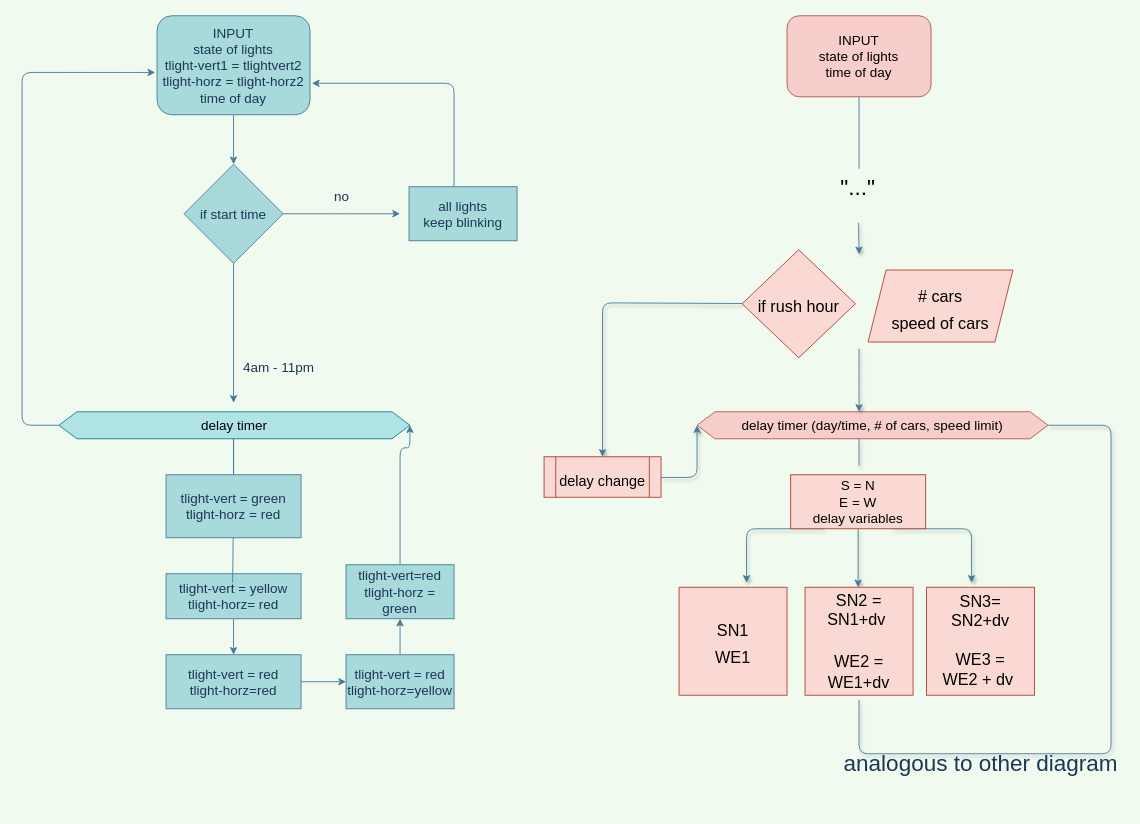
The draw.io diagram challenge2.drawio in Eikaron/FE21-Algorithms-DAY1-AronMichael, before the edit. Source tidied: cells renumbered, new cells numbered last; positions are measured from the earlier drawing's top-left corner, leaving out a move shared by most shapes. Both pictures are drawn from the tidied source at 90%, with x=0, y=0 at pixel (22, 15).
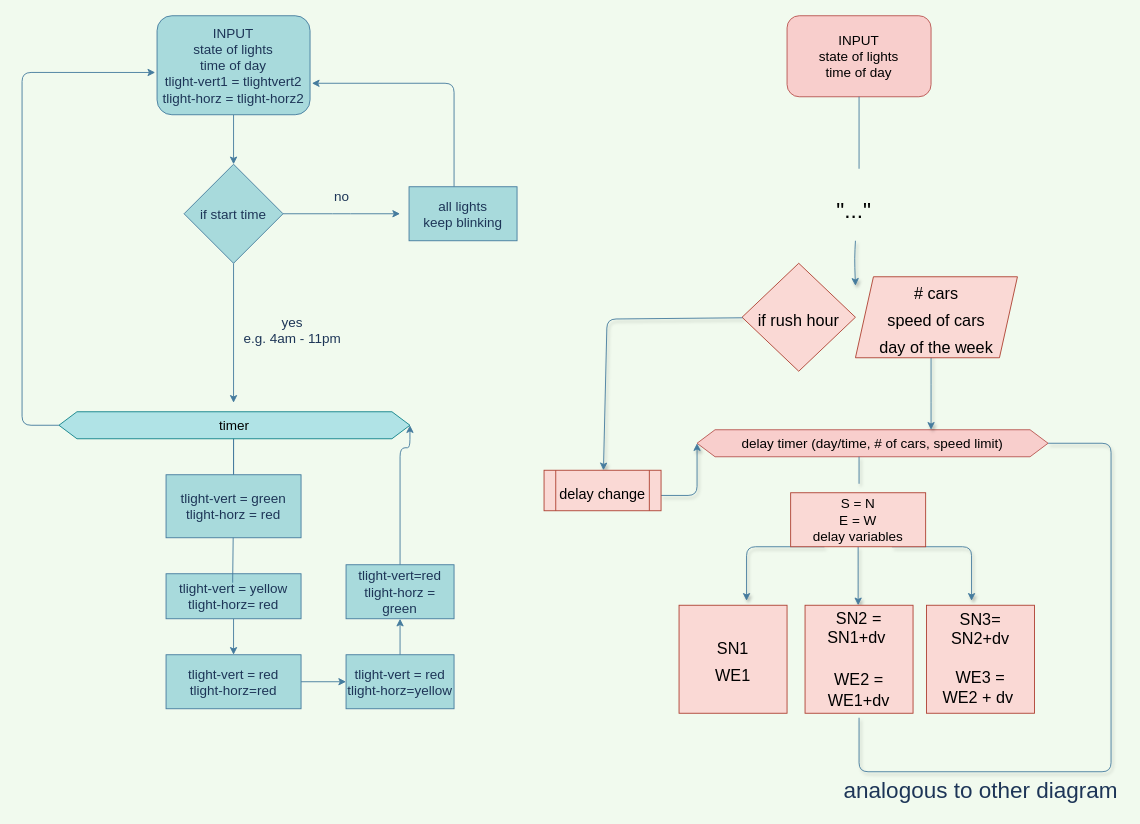
The same page after the edit.

The edit, as a diff of the source:
```diff
@@
-    <mxCell id="3" value="INPUT&lt;br&gt;state of lights&lt;br&gt;tlight-vert1 = tlightvert2&lt;br&gt;tlight-horz = tlight-horz2&lt;br&gt;time of day" style="rounded=1;whiteSpace=wrap;html=1;sketch=0;fontColor=#1D3557;strokeColor=#457B9D;fillColor=#A8DADC;fontSize=15;" parent="1" vertex="1">
+    <mxCell id="3" value="INPUT&lt;br&gt;state of lights&lt;br&gt;time of day&lt;br&gt;tlight-vert1 = tlightvert2&lt;br&gt;tlight-horz = tlight-horz2" style="rounded=1;whiteSpace=wrap;html=1;sketch=0;fontColor=#1D3557;strokeColor=#457B9D;fillColor=#A8DADC;fontSize=15;" parent="1" vertex="1">
       <mxGeometry x="150" width="170" height="110" as="geometry" />
     </mxCell>
@@
-    <mxCell id="12" value="4am - 11pm" style="text;html=1;align=center;verticalAlign=middle;strokeColor=none;fontSize=15;fontColor=#1D3557;" parent="1" vertex="1">
-      <mxGeometry x="240" y="380" width="90" height="20" as="geometry" />
+    <mxCell id="12" value="&lt;br&gt;yes&lt;br&gt;e.g. 4am - 11pm" style="text;html=1;align=center;verticalAlign=middle;strokeColor=none;fontSize=15;fontColor=#1D3557;" parent="1" vertex="1">
+      <mxGeometry x="240" y="310" width="120" height="60" as="geometry" />
     </mxCell>
@@
-    <mxCell id="14" value="delay timer" style="shape=hexagon;perimeter=hexagonPerimeter2;whiteSpace=wrap;html=1;fixedSize=1;rounded=0;sketch=0;fontSize=15;strokeColor=#0e8088;fillColor=#b0e3e6;" parent="1" vertex="1">
+    <mxCell id="14" value="timer" style="shape=hexagon;perimeter=hexagonPerimeter2;whiteSpace=wrap;html=1;fixedSize=1;rounded=0;sketch=0;fontSize=15;strokeColor=#0e8088;fillColor=#b0e3e6;" parent="1" vertex="1">
       <mxGeometry x="41" y="440" width="390" height="30" as="geometry" />
     </mxCell>
@@
     <mxCell id="25" value="delay timer (day/time, # of cars, speed limit)" style="shape=hexagon;perimeter=hexagonPerimeter2;whiteSpace=wrap;html=1;fixedSize=1;rounded=0;sketch=0;fontSize=15;strokeColor=#b85450;fillColor=#f8cecc;" parent="1" vertex="1">
-      <mxGeometry x="750" y="440" width="390" height="30" as="geometry" />
+      <mxGeometry x="750" y="460" width="390" height="30" as="geometry" />
     </mxCell>
     <mxCell id="26" value="&quot;...&quot;" style="text;html=1;align=center;verticalAlign=middle;whiteSpace=wrap;rounded=0;sketch=0;fontSize=25;" parent="1" vertex="1">
-      <mxGeometry x="819" y="150" width="220" height="80" as="geometry" />
+      <mxGeometry x="819" y="180" width="211" height="70" as="geometry" />
     </mxCell>
     <mxCell id="27" style="edgeStyle=elbowEdgeStyle;rounded=1;sketch=0;jettySize=auto;html=1;exitX=0.75;exitY=1;exitDx=0;exitDy=0;shadow=1;fontSize=25;fontColor=#1D3557;strokeColor=#457B9D;fillColor=#A8DADC;" parent="1" edge="1" source="30">
       <mxGeometry relative="1" as="geometry">
-        <mxPoint x="1055" y="630" as="targetPoint" />
+        <mxPoint x="1055" y="650" as="targetPoint" />
         <Array as="points">
-          <mxPoint x="1055" y="580" />
-          <mxPoint x="1050" y="590" />
+          <mxPoint x="1055" y="600" />
+          <mxPoint x="1050" y="610" />
         </Array>
       </mxGeometry>
     </mxCell>
     <mxCell id="28" style="edgeStyle=elbowEdgeStyle;rounded=1;sketch=0;jettySize=auto;html=1;exitX=0.25;exitY=1;exitDx=0;exitDy=0;shadow=1;fontSize=25;fontColor=#1D3557;strokeColor=#457B9D;fillColor=#A8DADC;" parent="1" edge="1" source="30">
       <mxGeometry relative="1" as="geometry">
-        <mxPoint x="805" y="630" as="targetPoint" />
+        <mxPoint x="805" y="650" as="targetPoint" />
         <Array as="points">
-          <mxPoint x="805" y="580" />
-          <mxPoint x="810" y="610" />
+          <mxPoint x="805" y="600" />
+          <mxPoint x="810" y="630" />
         </Array>
       </mxGeometry>
     </mxCell>
@@
     <mxCell id="30" value="S = N&lt;br&gt;E = W&lt;br&gt;delay variables" style="rounded=0;whiteSpace=wrap;html=1;sketch=0;fontSize=15;strokeColor=#ae4132;fillColor=#fad9d5;" parent="1" vertex="1">
-      <mxGeometry x="854" y="510" width="150" height="60" as="geometry" />
+      <mxGeometry x="854" y="530" width="150" height="60" as="geometry" />
     </mxCell>
@@
     <mxCell id="32" value="&lt;font style=&quot;font-size: 18px&quot;&gt;SN1&lt;br&gt;WE1&lt;br&gt;&lt;/font&gt;" style="whiteSpace=wrap;html=1;rounded=0;sketch=0;fontSize=25;strokeColor=#ae4132;fillColor=#fad9d5;" parent="1" vertex="1">
-      <mxGeometry x="730" y="635" width="120" height="120" as="geometry" />
+      <mxGeometry x="730" y="655" width="120" height="120" as="geometry" />
     </mxCell>
     <mxCell id="33" value="&lt;font style=&quot;font-size: 18px&quot;&gt;SN2 = SN1+dv&amp;nbsp;&lt;br&gt;&lt;br&gt;WE2 = WE1+dv&lt;br style=&quot;font-size: 19px&quot;&gt;&lt;/font&gt;" style="whiteSpace=wrap;html=1;rounded=0;sketch=0;fontSize=19;strokeColor=#ae4132;fillColor=#fad9d5;" parent="1" vertex="1">
-      <mxGeometry x="870" y="635" width="120" height="120" as="geometry" />
+      <mxGeometry x="870" y="655" width="120" height="120" as="geometry" />
     </mxCell>
     <mxCell id="34" value="&lt;font style=&quot;font-size: 18px&quot;&gt;SN3=&lt;br style=&quot;font-size: 18px&quot;&gt;SN2+dv&lt;br&gt;&lt;br style=&quot;font-size: 18px&quot;&gt;WE3 = &lt;br style=&quot;font-size: 18px&quot;&gt;WE2 + dv&amp;nbsp;&lt;br style=&quot;font-size: 18px&quot;&gt;&lt;/font&gt;" style="whiteSpace=wrap;html=1;rounded=0;sketch=0;fontSize=18;strokeColor=#ae4132;fillColor=#fad9d5;" parent="1" vertex="1">
-      <mxGeometry x="1005" y="635" width="120" height="120" as="geometry" />
+      <mxGeometry x="1005" y="655" width="120" height="120" as="geometry" />
     </mxCell>
     <mxCell id="35" style="endArrow=none;html=1;shadow=1;fontSize=25;fontColor=#1D3557;strokeColor=#457B9D;fillColor=#A8DADC;" parent="1" edge="1">
       <mxGeometry relative="1" as="geometry">
-        <mxPoint x="930" y="500" as="sourcePoint" />
-        <mxPoint x="930" y="470" as="targetPoint" />
+        <mxPoint x="930" y="520" as="sourcePoint" />
+        <mxPoint x="930" y="490" as="targetPoint" />
       </mxGeometry>
     </mxCell>
     <mxCell id="36" style="endArrow=none;html=1;shadow=1;fontSize=25;fontColor=#1D3557;strokeColor=#457B9D;fillColor=#A8DADC;exitX=1;exitY=0.5;exitDx=0;exitDy=0;" parent="1" edge="1" source="25">
       <mxGeometry relative="1" as="geometry">
-        <mxPoint x="930" y="760" as="targetPoint" />
+        <mxPoint x="930" y="780" as="targetPoint" />
         <Array as="points">
-          <mxPoint x="1210" y="455" />
-          <mxPoint x="1210" y="820" />
-          <mxPoint x="930" y="820" />
+          <mxPoint x="1210" y="475" />
+          <mxPoint x="1210" y="840" />
+          <mxPoint x="930" y="840" />
         </Array>
       </mxGeometry>
     </mxCell>
@@
     <mxCell id="38" value="analogous to other diagram" style="text;html=1;align=center;verticalAlign=middle;strokeColor=none;fontSize=25;fontColor=#1D3557;" parent="1" vertex="1">
-      <mxGeometry x="905" y="810" width="320" height="40" as="geometry" />
+      <mxGeometry x="905" y="840" width="320" height="40" as="geometry" />
     </mxCell>
     <mxCell id="39" style="edgeStyle=elbowEdgeStyle;rounded=1;sketch=0;jettySize=auto;html=1;shadow=1;fontSize=25;fontColor=#1D3557;strokeColor=#457B9D;fillColor=#A8DADC;" parent="1" edge="1" target="25">
       <mxGeometry relative="1" as="geometry">
-        <mxPoint x="930" y="370" as="sourcePoint" />
+        <mxPoint x="1010" y="370" as="sourcePoint" />
+        <Array as="points">
+          <mxPoint x="1010" y="420" />
+          <mxPoint x="930" y="400" />
+        </Array>
       </mxGeometry>
     </mxCell>
-    <mxCell id="40" style="endArrow=classic;html=1;shadow=1;fontSize=25;fontColor=#1D3557;strokeColor=#457B9D;fillColor=#A8DADC;" parent="1" edge="1" source="26">
-      <mxGeometry relative="1" as="geometry">
-        <mxPoint x="930" y="265" as="targetPoint" />
-      </mxGeometry>
-    </mxCell>
-    <mxCell id="41" value="&lt;font style=&quot;font-size: 18px&quot;&gt;# cars&lt;br&gt;speed of cars&lt;/font&gt;" style="shape=parallelogram;perimeter=parallelogramPerimeter;whiteSpace=wrap;html=1;fixedSize=1;rounded=0;sketch=0;fontSize=25;strokeColor=#ae4132;fillColor=#fad9d5;" parent="1" vertex="1">
-      <mxGeometry x="940" y="282.5" width="161" height="80" as="geometry" />
+    <mxCell id="41" value="&lt;font style=&quot;font-size: 18px&quot;&gt;# cars&lt;br&gt;speed of cars&lt;br&gt;day of the week&lt;br&gt;&lt;/font&gt;" style="shape=parallelogram;perimeter=parallelogramPerimeter;whiteSpace=wrap;html=1;fixedSize=1;rounded=0;sketch=0;fontSize=25;strokeColor=#ae4132;fillColor=#fad9d5;" parent="1" vertex="1">
+      <mxGeometry x="926" y="290" width="180" height="90" as="geometry" />
     </mxCell>
     <mxCell id="42" value="&lt;font style=&quot;font-size: 18px&quot;&gt;if rush hour&lt;/font&gt;" style="rhombus;whiteSpace=wrap;html=1;rounded=0;sketch=0;fontSize=25;strokeColor=#ae4132;fillColor=#fad9d5;" parent="1" vertex="1">
-      <mxGeometry x="800" y="260" width="126" height="120" as="geometry" />
+      <mxGeometry x="800" y="275" width="126" height="120" as="geometry" />
     </mxCell>
-    <mxCell id="43" style="endArrow=classic;html=1;shadow=1;fontSize=25;fontColor=#1D3557;strokeColor=#457B9D;fillColor=#A8DADC;" parent="1" edge="1" source="42" target="45">
+    <mxCell id="43" style="endArrow=classic;html=1;shadow=1;fontSize=25;fontColor=#1D3557;strokeColor=#457B9D;fillColor=#A8DADC;" parent="1" edge="1" source="42">
       <mxGeometry relative="1" as="geometry">
+        <mxPoint x="646" y="505" as="targetPoint" />
         <Array as="points">
-          <mxPoint x="645" y="319" />
+          <mxPoint x="650" y="337" />
         </Array>
       </mxGeometry>
     </mxCell>
-    <mxCell id="44" style="edgeStyle=elbowEdgeStyle;rounded=1;sketch=0;jettySize=auto;html=1;shadow=1;fontSize=25;fontColor=#1D3557;strokeColor=#457B9D;fillColor=#A8DADC;entryX=0;entryY=0.5;entryDx=0;entryDy=0;" parent="1" edge="1" source="45" target="25">
+    <mxCell id="44" style="edgeStyle=elbowEdgeStyle;rounded=1;sketch=0;jettySize=auto;html=1;shadow=1;fontSize=25;fontColor=#1D3557;strokeColor=#457B9D;fillColor=#A8DADC;entryX=0;entryY=0.5;entryDx=0;entryDy=0;" parent="1" edge="1" target="25">
       <mxGeometry relative="1" as="geometry">
+        <mxPoint x="710" y="533" as="sourcePoint" />
         <Array as="points">
-          <mxPoint x="750" y="513" />
+          <mxPoint x="750" y="533" />
         </Array>
       </mxGeometry>
     </mxCell>
     <mxCell id="45" value="&lt;font style=&quot;font-size: 16px&quot;&gt;delay change&lt;/font&gt;" style="shape=process;whiteSpace=wrap;html=1;backgroundOutline=1;rounded=0;sketch=0;fontSize=25;strokeColor=#ae4132;fillColor=#fad9d5;" parent="1" vertex="1">
-      <mxGeometry x="580" y="490" width="130" height="45" as="geometry" />
+      <mxGeometry x="580" y="505" width="130" height="45" as="geometry" />
     </mxCell>
+    <mxCell id="46" style="endArrow=classic;html=1;shadow=1;fontSize=18;fontColor=#1D3557;strokeColor=#457B9D;fillColor=#A8DADC;" parent="1" edge="1">
+      <mxGeometry relative="1" as="geometry">
+        <mxPoint x="926" y="250" as="sourcePoint" />
+        <mxPoint x="926" y="300" as="targetPoint" />
+        <Array as="points">
+          <mxPoint x="925" y="270" />
+        </Array>
+      </mxGeometry>
+    </mxCell>
```
